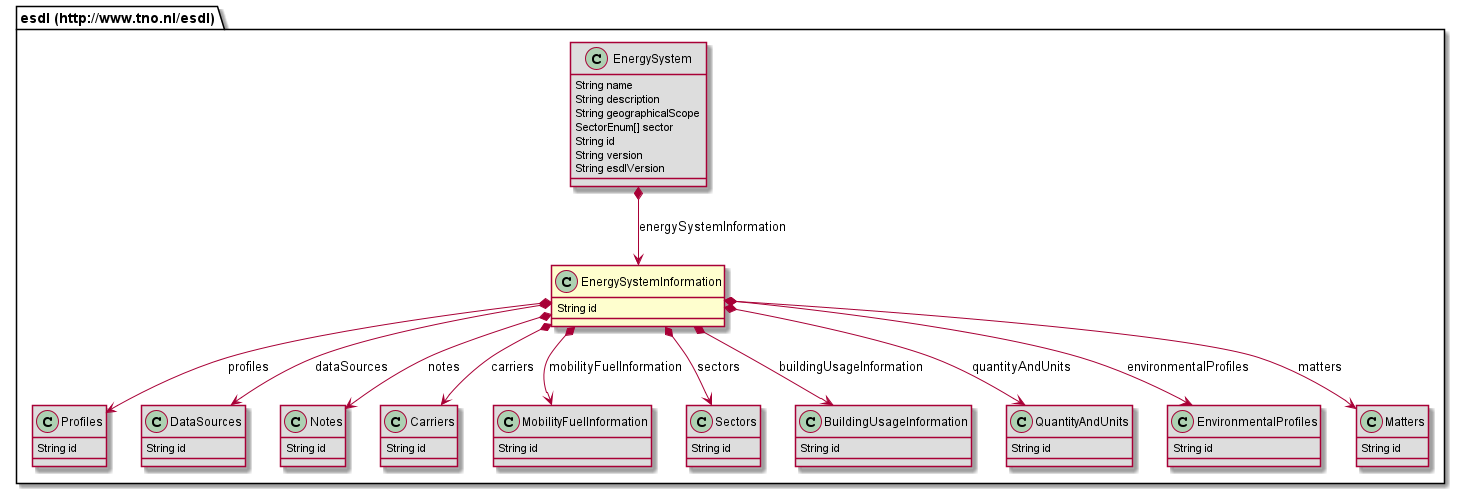
EnergyTransition/energytransition.github.io keeps this PlantUML diagram as 687474703a2f2f7777772e746e6f2e6e6c2f6573646c/EnergySystemInformation.png. Above is the earlier version.
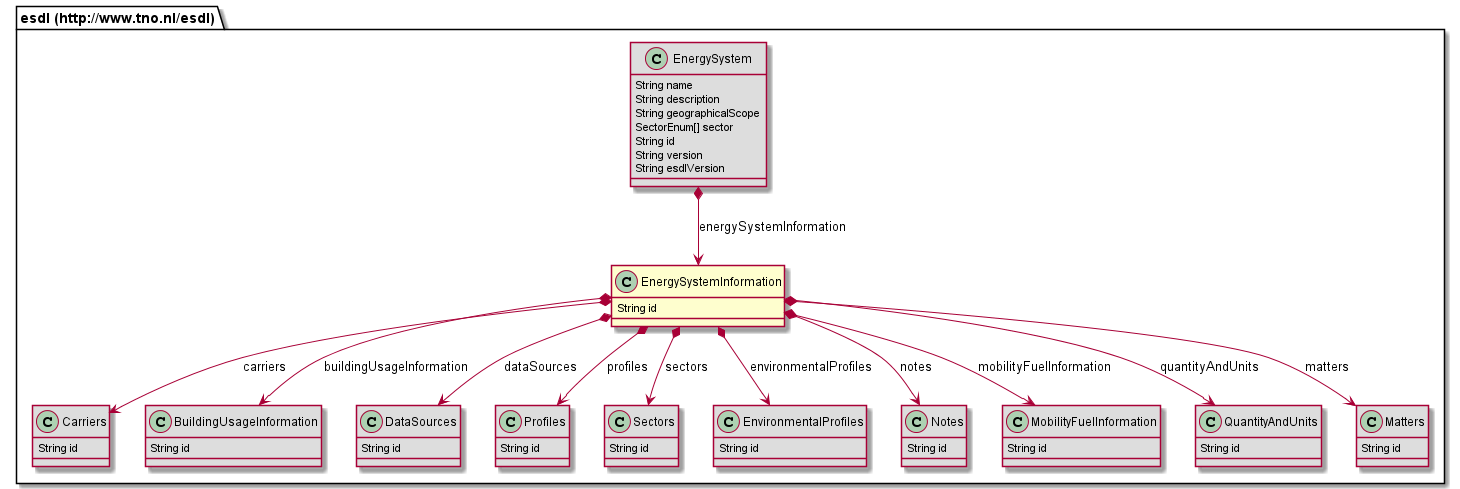
The same diagram one commit later.

Diff of the diagram source:
```diff
@@ -1,14 +1,32 @@
 @startuml
 class "esdl (http://www.tno.nl/esdl).EnergySystemInformation" [[#router/doc-content/687474703a2f2f7777772e746e6f2e6e6c2f6573646c/EnergySystemInformation.html{Describes reusable information of the energy system, that other classes can refer to in this energy system, such as carriers, profiles, data sources, quantity and units.}]] {
+	String id
+}
+class "esdl (http://www.tno.nl/esdl).Carriers" [[#router/doc-content/687474703a2f2f7777772e746e6f2e6e6c2f6573646c/Carriers.html{Collection of carriers as part of the Energy System Information. }]] #DDDDDD {
+	String id
+}
+class "esdl (http://www.tno.nl/esdl).BuildingUsageInformation" [[#router/doc-content/687474703a2f2f7777772e746e6f2e6e6c2f6573646c/BuildingUsageInformation.html{Part of Energy System Information that specifies generic building usage information that can be referenced from multiple individual buildings}]] #DDDDDD {
+	String id
+}
+class "esdl (http://www.tno.nl/esdl).DataSources" [[#router/doc-content/687474703a2f2f7777772e746e6f2e6e6c2f6573646c/DataSources.html{Collection of datasources used in the energy system}]] #DDDDDD {
 	String id
 }
 class "esdl (http://www.tno.nl/esdl).Profiles" [[#router/doc-content/687474703a2f2f7777772e746e6f2e6e6c2f6573646c/Profiles.html{Container for profiles in the Energy System Information where other profiles can refer to}]] #DDDDDD {
 	String id
 }
-class "esdl (http://www.tno.nl/esdl).DataSources" [[#router/doc-content/687474703a2f2f7777772e746e6f2e6e6c2f6573646c/DataSources.html{Collection of datasources used in the energy system}]] #DDDDDD {
+class "esdl (http://www.tno.nl/esdl).Sectors" [[#router/doc-content/687474703a2f2f7777772e746e6f2e6e6c2f6573646c/Sectors.html{Collection of sectors. }]] #DDDDDD {
+	String id
+}
+class "esdl (http://www.tno.nl/esdl).EnvironmentalProfiles" [[#router/doc-content/687474703a2f2f7777772e746e6f2e6e6c2f6573646c/EnvironmentalProfiles.html]] #DDDDDD {
 	String id
 }
 class "esdl (http://www.tno.nl/esdl).Notes" [[#router/doc-content/687474703a2f2f7777772e746e6f2e6e6c2f6573646c/Notes.html{Collection of notes that can be added to the map, like postits (with comments in HTML)}]] #DDDDDD {
+	String id
+}
+class "esdl (http://www.tno.nl/esdl).MobilityFuelInformation" [[#router/doc-content/687474703a2f2f7777772e746e6f2e6e6c2f6573646c/MobilityFuelInformation.html{Collection of information about vehicles, fuels and efficiency}]] #DDDDDD {
+	String id
+}
+class "esdl (http://www.tno.nl/esdl).QuantityAndUnits" [[#router/doc-content/687474703a2f2f7777772e746e6f2e6e6c2f6573646c/QuantityAndUnits.html{Collection of QuantityAndUnitTypes defined in the EnergySystemInformation section}]] #DDDDDD {
 	String id
 }
 class "esdl (http://www.tno.nl/esdl).EnergySystem" [[#router/doc-content/687474703a2f2f7777772e746e6f2e6e6c2f6573646c/EnergySystem.html{This is the main class to describe an EnergySystem in ESDL. }]] #DDDDDD {
@@ -19,24 +37,6 @@
 	String id
 	String version
 	String esdlVersion
-}
-class "esdl (http://www.tno.nl/esdl).Carriers" [[#router/doc-content/687474703a2f2f7777772e746e6f2e6e6c2f6573646c/Carriers.html{Collection of carriers as part of the Energy System Information. }]] #DDDDDD {
-	String id
-}
-class "esdl (http://www.tno.nl/esdl).MobilityFuelInformation" [[#router/doc-content/687474703a2f2f7777772e746e6f2e6e6c2f6573646c/MobilityFuelInformation.html{Collection of information about vehicles, fuels and efficiency}]] #DDDDDD {
-	String id
-}
-class "esdl (http://www.tno.nl/esdl).Sectors" [[#router/doc-content/687474703a2f2f7777772e746e6f2e6e6c2f6573646c/Sectors.html{Collection of sectors. }]] #DDDDDD {
-	String id
-}
-class "esdl (http://www.tno.nl/esdl).BuildingUsageInformation" [[#router/doc-content/687474703a2f2f7777772e746e6f2e6e6c2f6573646c/BuildingUsageInformation.html{Part of Energy System Information that specifies generic building usage information that can be referenced from multiple individual buildings}]] #DDDDDD {
-	String id
-}
-class "esdl (http://www.tno.nl/esdl).QuantityAndUnits" [[#router/doc-content/687474703a2f2f7777772e746e6f2e6e6c2f6573646c/QuantityAndUnits.html{Collection of QuantityAndUnitTypes defined in the EnergySystemInformation section}]] #DDDDDD {
-	String id
-}
-class "esdl (http://www.tno.nl/esdl).EnvironmentalProfiles" [[#router/doc-content/687474703a2f2f7777772e746e6f2e6e6c2f6573646c/EnvironmentalProfiles.html]] #DDDDDD {
-	String id
 }
 class "esdl (http://www.tno.nl/esdl).Matters" [[#router/doc-content/687474703a2f2f7777772e746e6f2e6e6c2f6573646c/Matters.html]] #DDDDDD {
 	String id
```
